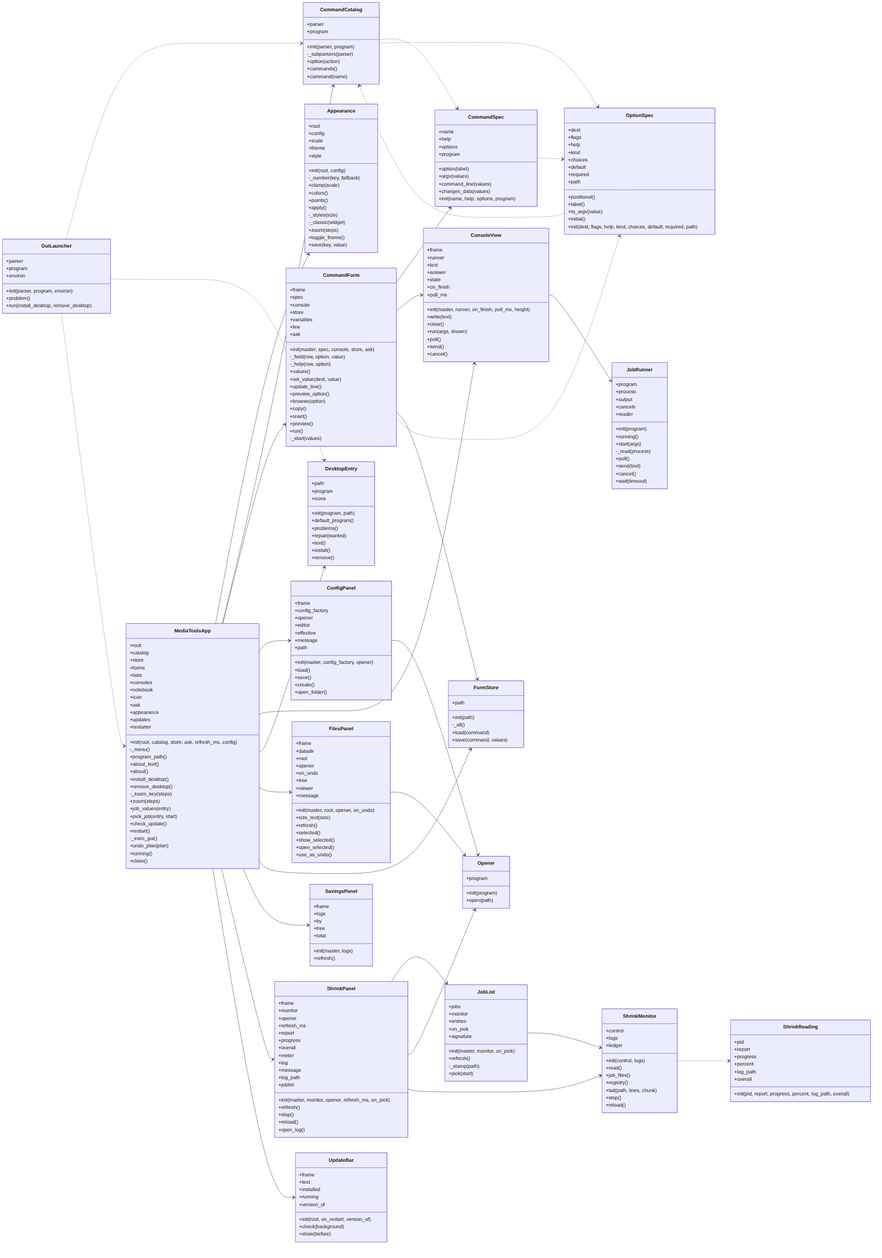
peddanet/mediatools keeps this Mermaid diagram as docs/img/uml_gui.png. Above is the earlier version. Its source is kept beside it as docs/img/uml_gui.mmd.
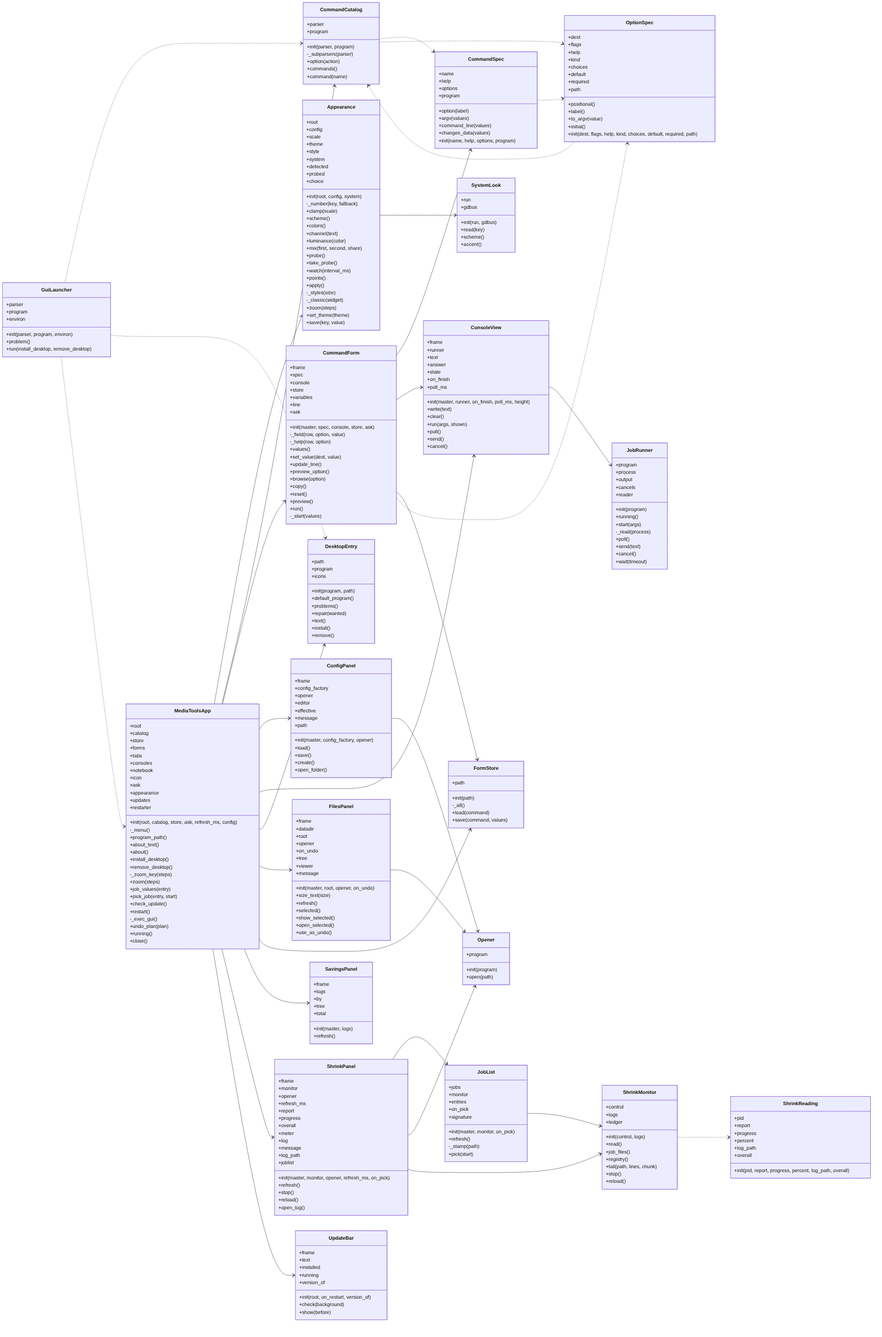
After the commit.

The edit, as a diff of the source:
```diff
@@ -37,16 +37,27 @@
     +scale
     +theme
     +style
-    +init(root, config)
+    +system
+    +detected
+    +probed
+    +choice
+    +init(root, config, system)
     -_number(key, fallback)
     +clamp(scale)
+    +scheme()
     +colors()
+    +channel(text)
+    +luminance(color)
+    +mix(first, second, share)
+    +probe()
+    +take_probe()
+    +watch(interval_ms)
     +points()
     +apply()
     -_styles(size)
     -_classic(widget)
     +zoom(steps)
-    +toggle_theme()
+    +set_theme(theme)
     +save(key, value)
   }
   class CommandCatalog {
@@ -260,6 +271,14 @@
     +overall
     +init(pid, report, progress, percent, log_path, overall)
   }
+  class SystemLook {
+    +run
+    +gdbus
+    +init(run, gdbus)
+    +read(key)
+    +scheme()
+    +accent()
+  }
   class UpdateBar {
     +frame
     +text
@@ -281,6 +300,7 @@
   MediaToolsApp --> SavingsPanel
   MediaToolsApp --> ShrinkPanel
   MediaToolsApp --> UpdateBar
+  Appearance --> SystemLook
   CommandCatalog ..> CommandSpec
   CommandCatalog ..> OptionSpec
   CommandForm --> CommandSpec
```
